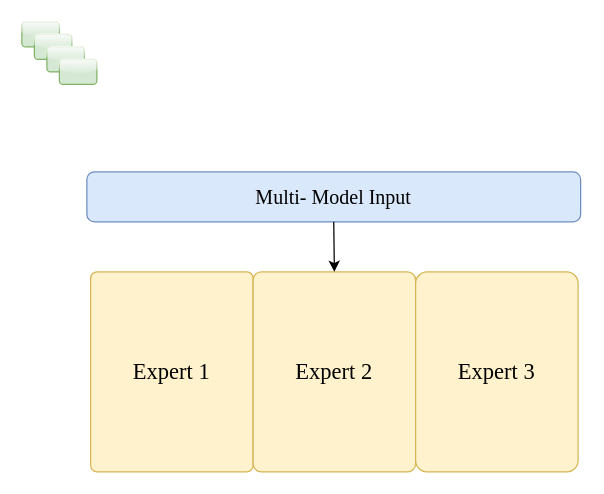
This is RockBurstLLM.drawio from hzb29/hzb29, a draw.io file, before an edit. Source tidied: cells renumbered, new cells numbered last; positions are measured from the earlier drawing's top-left corner, leaving out a move shared by most shapes. Both pictures are drawn from the tidied source at 125%, with x=0, y=0 at pixel (21, 21).
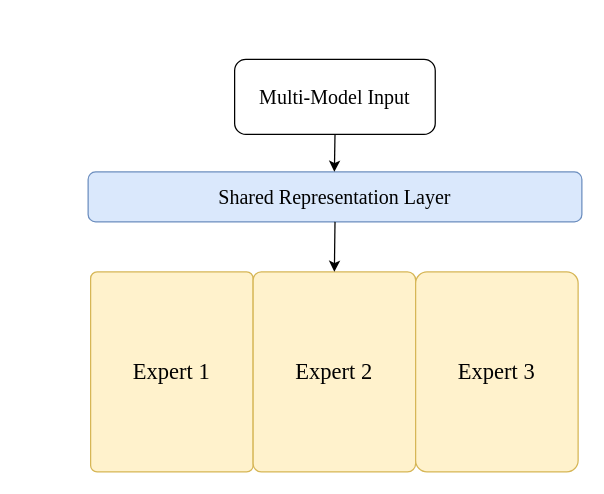
The same page after the edit.

Change to the diagram source:
```diff
@@
 <mxGraphModel>
   <root>
     <mxCell id="0" />
     <mxCell id="1" parent="0" />
-    <mxCell id="2" style="rounded=1;whiteSpace=wrap;html=1;arcSize=15;fillColor=#d5e8d4;strokeColor=#82b366;glass=1;" parent="1" vertex="1">
-      <mxGeometry width="30" height="20" as="geometry" />
-    </mxCell>
-    <mxCell id="3" style="rounded=1;whiteSpace=wrap;html=1;arcSize=15;fillColor=#d5e8d4;strokeColor=#82b366;glass=1;" parent="1" vertex="1">
-      <mxGeometry x="10" y="10" width="30" height="20" as="geometry" />
-    </mxCell>
-    <mxCell id="4" style="rounded=1;whiteSpace=wrap;html=1;arcSize=15;fillColor=#d5e8d4;strokeColor=#82b366;glass=1;" parent="1" vertex="1">
-      <mxGeometry x="20" y="20" width="30" height="20" as="geometry" />
-    </mxCell>
-    <mxCell id="5" style="rounded=1;whiteSpace=wrap;html=1;arcSize=15;fillColor=#d5e8d4;strokeColor=#82b366;glass=1;" parent="1" vertex="1">
-      <mxGeometry x="30" y="30" width="30" height="20" as="geometry" />
-    </mxCell>
-    <mxCell id="6" value="&lt;font style=&quot;font-size: 16px;&quot; face=&quot;Times New Roman&quot;&gt;Multi- Model Input&lt;/font&gt;" style="rounded=1;whiteSpace=wrap;html=1;fillColor=#dae8fc;strokeColor=#6c8ebf;" parent="1" vertex="1">
-      <mxGeometry x="52" y="120" width="395" height="40" as="geometry" />
+    <mxCell id="6" value="&lt;font size=&quot;3&quot; face=&quot;Times New Roman&quot;&gt;Shared Representation Layer&lt;/font&gt;" style="rounded=1;whiteSpace=wrap;html=1;fillColor=#dae8fc;strokeColor=#6c8ebf;" parent="1" vertex="1">
+      <mxGeometry x="53" y="120" width="395" height="40" as="geometry" />
     </mxCell>
     <mxCell id="7" value="&lt;font face=&quot;Times New Roman&quot; style=&quot;font-size: 18px;&quot;&gt;Expert 1&lt;/font&gt;" style="rounded=1;whiteSpace=wrap;html=1;fillColor=#fff2cc;strokeColor=#d6b656;arcSize=4;" parent="1" vertex="1">
       <mxGeometry x="55" y="200" width="130" height="160" as="geometry" />
     </mxCell>
     <mxCell id="8" value="&lt;font face=&quot;Times New Roman&quot; style=&quot;font-size: 18px;&quot;&gt;Expert 2&lt;/font&gt;" style="rounded=1;whiteSpace=wrap;html=1;fillColor=#fff2cc;strokeColor=#d6b656;arcSize=5;" parent="1" vertex="1">
       <mxGeometry x="185" y="200" width="130" height="160" as="geometry" />
     </mxCell>
     <mxCell id="9" value="&lt;span style=&quot;font-family: &amp;quot;Times New Roman&amp;quot;; font-size: 18px;&quot;&gt;Expert 3&lt;/span&gt;" style="rounded=1;whiteSpace=wrap;html=1;fillColor=#fff2cc;strokeColor=#d6b656;arcSize=7;" parent="1" vertex="1">
       <mxGeometry x="315" y="200" width="130" height="160" as="geometry" />
     </mxCell>
     <mxCell id="10" style="endArrow=classic;html=1;rounded=0;exitX=0.5;exitY=1;exitDx=0;exitDy=0;entryX=0.5;entryY=0;entryDx=0;entryDy=0;" parent="1" edge="1" source="6" target="8">
       <mxGeometry relative="1" as="geometry" />
     </mxCell>
+    <mxCell id="11" value="&lt;font style=&quot;font-size: 16px;&quot; face=&quot;Times New Roman&quot;&gt;Multi-Model Input&lt;/font&gt;" style="rounded=1;whiteSpace=wrap;html=1;" parent="1" vertex="1">
+      <mxGeometry x="170.2" y="30" width="160.5" height="60" as="geometry" />
+    </mxCell>
+    <mxCell id="12" style="endArrow=classic;html=1;rounded=0;exitX=0.5;exitY=1;exitDx=0;exitDy=0;" parent="1" edge="1">
+      <mxGeometry relative="1" as="geometry">
+        <mxPoint x="250.5" y="90" as="sourcePoint" />
+        <mxPoint x="250" y="120" as="targetPoint" />
+      </mxGeometry>
+    </mxCell>
   </root>
 </mxGraphModel>
```
